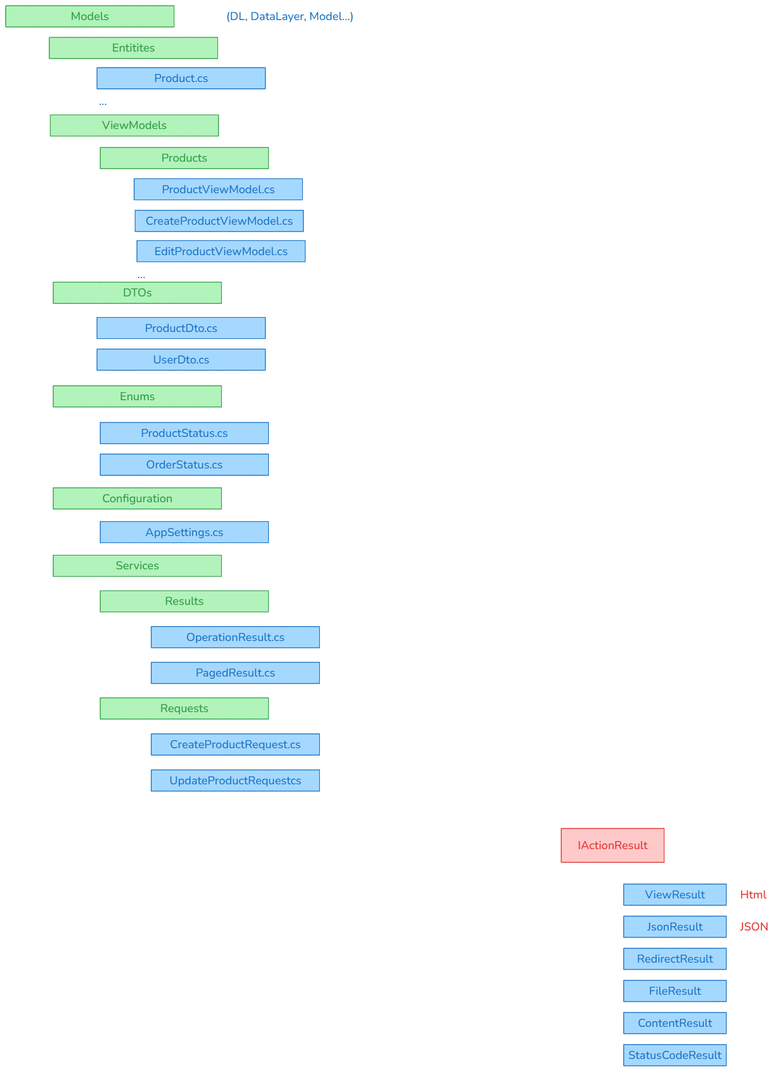
This is 22_mvc/ProductCatalog/NOTES.excalidraw.png from silvercodes/p23_p31_aspnetcore, a Excalidraw export, as it was before one commit. Source tidied: one line per element, renumbered; positions are measured from the earlier drawing's top-left corner, leaving out a move shared by most shapes.
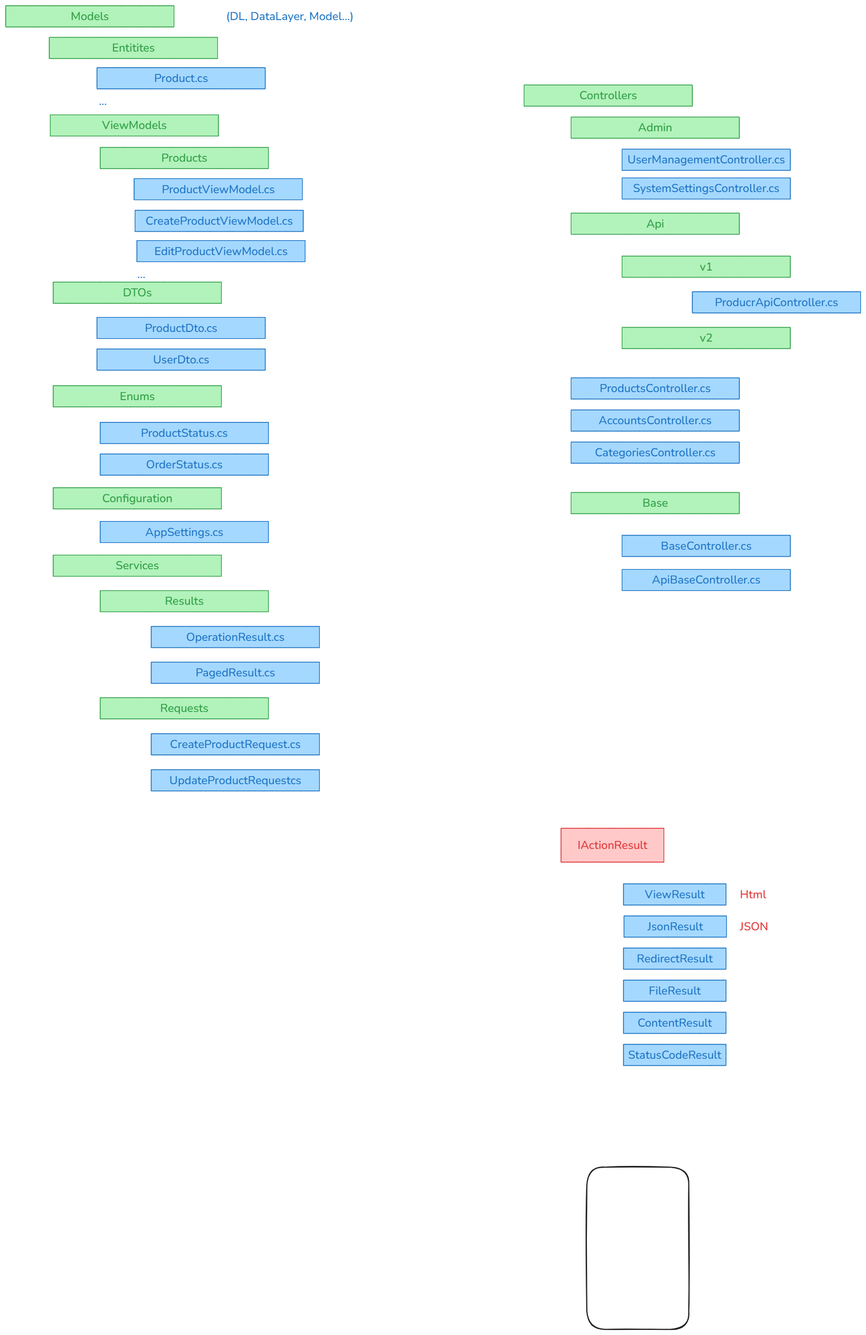
Later version of the same file.

Change to the diagram source:
```diff
@@ -42,8 +42,8 @@
 {"id": 41, "type": "text", "text": "PagedResult.cs", "strokeColor": "#1971c2", "backgroundColor": "#b2f2bb", "fillStyle": "solid", "strokeWidth": 1, "roughness": 1, "fontSize": 20, "fontFamily": 6, "textAlign": "center", "verticalAlign": "middle", "inside": 40, "x": 331, "y": 1150, "width": 138, "height": 27}
 {"id": 42, "type": "rectangle", "strokeColor": "#2f9e44", "backgroundColor": "#b2f2bb", "fillStyle": "solid", "strokeWidth": 1, "roughness": 0, "x": 165, "y": 1207, "width": 294, "height": 37}
 {"id": 43, "type": "text", "text": "Requests", "strokeColor": "#2f9e44", "backgroundColor": "#b2f2bb", "fillStyle": "solid", "strokeWidth": 1, "roughness": 1, "fontSize": 20, "fontFamily": 6, "textAlign": "center", "verticalAlign": "middle", "inside": 42, "x": 270, "y": 1212, "width": 84, "height": 27}
-{"id": 44, "type": "rectangle", "strokeColor": "#1971c2", "backgroundColor": "#a5d8ff", "fillStyle": "solid", "strokeWidth": 1, "roughness": 0, "x": 254, "y": 1270, "width": 294, "height": 37}
-{"id": 45, "type": "text", "text": "CreateProductRequest.cs", "strokeColor": "#1971c2", "backgroundColor": "#b2f2bb", "fillStyle": "solid", "strokeWidth": 1, "roughness": 1, "fontSize": 20, "fontFamily": 6, "textAlign": "center", "verticalAlign": "middle", "inside": 44, "x": 287, "y": 1275, "width": 228, "height": 27}
+{"id": 65, "type": "rectangle", "strokeColor": "#1971c2", "backgroundColor": "#a5d8ff", "fillStyle": "solid", "strokeWidth": 1, "roughness": 0, "x": 254, "y": 1270, "width": 294, "height": 37}
+{"id": 66, "type": "text", "text": "CreateProductRequest.cs", "strokeColor": "#1971c2", "backgroundColor": "#b2f2bb", "fillStyle": "solid", "strokeWidth": 1, "roughness": 1, "fontSize": 20, "fontFamily": 6, "textAlign": "center", "verticalAlign": "middle", "inside": 65, "x": 287, "y": 1275, "width": 228, "height": 27}
 {"id": 46, "type": "rectangle", "strokeColor": "#1971c2", "backgroundColor": "#a5d8ff", "fillStyle": "solid", "strokeWidth": 1, "roughness": 0, "x": 254, "y": 1333, "width": 294, "height": 37}
 {"id": 47, "type": "text", "text": "UpdateProductRequestcs", "strokeColor": "#1971c2", "backgroundColor": "#b2f2bb", "fillStyle": "solid", "strokeWidth": 1, "roughness": 1, "fontSize": 20, "fontFamily": 6, "textAlign": "center", "verticalAlign": "middle", "inside": 46, "x": 286, "y": 1338, "width": 230, "height": 27}
 {"id": 48, "type": "text", "text": "(DL, DataLayer, Model...)", "strokeColor": "#1971c2", "backgroundColor": "#a5d8ff", "fillStyle": "solid", "strokeWidth": 1, "roughness": 0, "fontSize": 20, "fontFamily": 6, "x": 385, "y": 5, "width": 223, "height": 27}
@@ -52,8 +52,8 @@
 {"id": 51, "type": "rectangle", "strokeColor": "#1971c2", "backgroundColor": "#a5d8ff", "fillStyle": "solid", "strokeWidth": 1, "roughness": 0, "x": 1078, "y": 1532, "width": 179, "height": 37}
 {"id": 52, "type": "text", "text": "ViewResult", "strokeColor": "#1971c2", "backgroundColor": "#b2f2bb", "fillStyle": "solid", "strokeWidth": 1, "roughness": 1, "fontSize": 20, "fontFamily": 6, "textAlign": "center", "verticalAlign": "middle", "inside": 51, "x": 1115, "y": 1537, "width": 104, "height": 27}
 {"id": 53, "type": "text", "text": "Html", "strokeColor": "#e03131", "backgroundColor": "#ffc9c9", "fillStyle": "solid", "strokeWidth": 1, "roughness": 0, "fontSize": 20, "fontFamily": 6, "x": 1281, "y": 1537, "width": 46, "height": 27}
-{"id": 54, "type": "rectangle", "strokeColor": "#1971c2", "backgroundColor": "#a5d8ff", "fillStyle": "solid", "strokeWidth": 1, "roughness": 0, "x": 1078, "y": 1588, "width": 179, "height": 37}
+{"id": 54, "type": "rectangle", "strokeColor": "#1971c2", "backgroundColor": "#a5d8ff", "fillStyle": "solid", "strokeWidth": 1, "roughness": 0, "x": 1079, "y": 1588, "width": 179, "height": 37}
-{"id": 55, "type": "text", "text": "JsonResult", "strokeColor": "#1971c2", "backgroundColor": "#b2f2bb", "fillStyle": "solid", "strokeWidth": 1, "roughness": 1, "fontSize": 20, "fontFamily": 6, "textAlign": "center", "verticalAlign": "middle", "inside": 54, "x": 1119, "y": 1593, "width": 97, "height": 27}
+{"id": 55, "type": "text", "text": "JsonResult", "strokeColor": "#1971c2", "backgroundColor": "#b2f2bb", "fillStyle": "solid", "strokeWidth": 1, "roughness": 1, "fontSize": 20, "fontFamily": 6, "textAlign": "center", "verticalAlign": "middle", "inside": 54, "x": 1120, "y": 1593, "width": 97, "height": 27}
 {"id": 56, "type": "text", "text": "JSON", "strokeColor": "#e03131", "backgroundColor": "#ffc9c9", "fillStyle": "solid", "strokeWidth": 1, "roughness": 0, "fontSize": 20, "fontFamily": 6, "x": 1281, "y": 1593, "width": 49, "height": 27}
 {"id": 57, "type": "rectangle", "strokeColor": "#1971c2", "backgroundColor": "#a5d8ff", "fillStyle": "solid", "strokeWidth": 1, "roughness": 0, "x": 1078, "y": 1644, "width": 179, "height": 37}
 {"id": 58, "type": "text", "text": "RedirectResult", "strokeColor": "#1971c2", "backgroundColor": "#b2f2bb", "fillStyle": "solid", "strokeWidth": 1, "roughness": 1, "fontSize": 20, "fontFamily": 6, "textAlign": "center", "verticalAlign": "middle", "inside": 57, "x": 1101, "y": 1649, "width": 133, "height": 27}
@@ -63,3 +63,31 @@
 {"id": 62, "type": "text", "text": "ContentResult", "strokeColor": "#1971c2", "backgroundColor": "#b2f2bb", "fillStyle": "solid", "strokeWidth": 1, "roughness": 1, "fontSize": 20, "fontFamily": 6, "textAlign": "center", "verticalAlign": "middle", "inside": 61, "x": 1102, "y": 1761, "width": 130, "height": 27}
 {"id": 63, "type": "rectangle", "strokeColor": "#1971c2", "backgroundColor": "#a5d8ff", "fillStyle": "solid", "strokeWidth": 1, "roughness": 0, "x": 1078, "y": 1812, "width": 179, "height": 37}
 {"id": 64, "type": "text", "text": "StatusCodeResult", "strokeColor": "#1971c2", "backgroundColor": "#b2f2bb", "fillStyle": "solid", "strokeWidth": 1, "roughness": 1, "fontSize": 20, "fontFamily": 6, "textAlign": "center", "verticalAlign": "middle", "inside": 63, "x": 1086, "y": 1817, "width": 162, "height": 27}
+{"id": 67, "type": "rectangle", "strokeColor": "#2f9e44", "backgroundColor": "#b2f2bb", "fillStyle": "solid", "strokeWidth": 1, "roughness": 0, "x": 904, "y": 138, "width": 294, "height": 37}
+{"id": 68, "type": "text", "text": "Controllers", "strokeColor": "#2f9e44", "backgroundColor": "#b2f2bb", "fillStyle": "solid", "strokeWidth": 1, "roughness": 1, "fontSize": 20, "fontFamily": 6, "textAlign": "center", "verticalAlign": "middle", "inside": 67, "x": 1001, "y": 143, "width": 100, "height": 27}
+{"id": 69, "type": "rectangle", "strokeColor": "#2f9e44", "backgroundColor": "#b2f2bb", "fillStyle": "solid", "strokeWidth": 1, "roughness": 0, "x": 986, "y": 194, "width": 294, "height": 37}
+{"id": 70, "type": "text", "text": "Admin", "strokeColor": "#2f9e44", "backgroundColor": "#b2f2bb", "fillStyle": "solid", "strokeWidth": 1, "roughness": 1, "fontSize": 20, "fontFamily": 6, "textAlign": "center", "verticalAlign": "middle", "inside": 69, "x": 1103, "y": 199, "width": 60, "height": 27}
+{"id": 71, "type": "rectangle", "strokeColor": "#1971c2", "backgroundColor": "#a5d8ff", "fillStyle": "solid", "strokeWidth": 1, "roughness": 0, "x": 1075, "y": 250, "width": 294, "height": 37}
+{"id": 72, "type": "text", "text": "UserManagementController.cs", "strokeColor": "#1971c2", "backgroundColor": "#b2f2bb", "fillStyle": "solid", "strokeWidth": 1, "roughness": 1, "fontSize": 20, "fontFamily": 6, "textAlign": "center", "verticalAlign": "middle", "inside": 71, "x": 1085, "y": 255, "width": 275, "height": 27}
+{"id": 73, "type": "rectangle", "strokeColor": "#1971c2", "backgroundColor": "#a5d8ff", "fillStyle": "solid", "strokeWidth": 1, "roughness": 0, "x": 1075, "y": 300, "width": 294, "height": 37}
+{"id": 74, "type": "text", "text": "SystemSettingsController.cs", "strokeColor": "#1971c2", "backgroundColor": "#b2f2bb", "fillStyle": "solid", "strokeWidth": 1, "roughness": 1, "fontSize": 20, "fontFamily": 6, "textAlign": "center", "verticalAlign": "middle", "inside": 73, "x": 1095, "y": 305, "width": 255, "height": 27}
+{"id": 75, "type": "rectangle", "strokeColor": "#2f9e44", "backgroundColor": "#b2f2bb", "fillStyle": "solid", "strokeWidth": 1, "roughness": 0, "x": 986, "y": 362, "width": 294, "height": 37}
+{"id": 76, "type": "text", "text": "Api", "strokeColor": "#2f9e44", "backgroundColor": "#b2f2bb", "fillStyle": "solid", "strokeWidth": 1, "roughness": 1, "fontSize": 20, "fontFamily": 6, "textAlign": "center", "verticalAlign": "middle", "inside": 75, "x": 1118, "y": 367, "width": 31, "height": 27}
+{"id": 77, "type": "rectangle", "strokeColor": "#2f9e44", "backgroundColor": "#b2f2bb", "fillStyle": "solid", "strokeWidth": 1, "roughness": 0, "x": 1075, "y": 437, "width": 294, "height": 37}
+{"id": 78, "type": "text", "text": "v1", "strokeColor": "#2f9e44", "backgroundColor": "#b2f2bb", "fillStyle": "solid", "strokeWidth": 1, "roughness": 1, "fontSize": 20, "fontFamily": 6, "textAlign": "center", "verticalAlign": "middle", "inside": 77, "x": 1211, "y": 442, "width": 22, "height": 27}
+{"id": 79, "type": "rectangle", "strokeColor": "#2f9e44", "backgroundColor": "#b2f2bb", "fillStyle": "solid", "strokeWidth": 1, "roughness": 0, "x": 1075, "y": 561, "width": 294, "height": 37}
+{"id": 80, "type": "text", "text": "v2", "strokeColor": "#2f9e44", "backgroundColor": "#b2f2bb", "fillStyle": "solid", "strokeWidth": 1, "roughness": 1, "fontSize": 20, "fontFamily": 6, "textAlign": "center", "verticalAlign": "middle", "inside": 79, "x": 1211, "y": 566, "width": 22, "height": 27}
+{"id": 81, "type": "rectangle", "strokeColor": "#1971c2", "backgroundColor": "#a5d8ff", "fillStyle": "solid", "strokeWidth": 1, "roughness": 0, "x": 1198, "y": 499, "width": 294, "height": 37}
+{"id": 82, "type": "text", "text": "ProducrApiController.cs", "strokeColor": "#1971c2", "backgroundColor": "#b2f2bb", "fillStyle": "solid", "strokeWidth": 1, "roughness": 1, "fontSize": 20, "fontFamily": 6, "textAlign": "center", "verticalAlign": "middle", "inside": 81, "x": 1237, "y": 504, "width": 215, "height": 27}
+{"id": 83, "type": "rectangle", "strokeColor": "#1971c2", "backgroundColor": "#a5d8ff", "fillStyle": "solid", "strokeWidth": 1, "roughness": 0, "x": 986, "y": 649, "width": 294, "height": 37}
+{"id": 84, "type": "text", "text": "ProductsController.cs", "strokeColor": "#1971c2", "backgroundColor": "#b2f2bb", "fillStyle": "solid", "strokeWidth": 1, "roughness": 1, "fontSize": 20, "fontFamily": 6, "textAlign": "center", "verticalAlign": "middle", "inside": 83, "x": 1036, "y": 654, "width": 194, "height": 27}
+{"id": 85, "type": "rectangle", "strokeColor": "#1971c2", "backgroundColor": "#a5d8ff", "fillStyle": "solid", "strokeWidth": 1, "roughness": 0, "x": 986, "y": 705, "width": 294, "height": 37}
+{"id": 86, "type": "text", "text": "AccountsController.cs", "strokeColor": "#1971c2", "backgroundColor": "#b2f2bb", "fillStyle": "solid", "strokeWidth": 1, "roughness": 1, "fontSize": 20, "fontFamily": 6, "textAlign": "center", "verticalAlign": "middle", "inside": 85, "x": 1035, "y": 710, "width": 197, "height": 27}
+{"id": 87, "type": "rectangle", "strokeColor": "#1971c2", "backgroundColor": "#a5d8ff", "fillStyle": "solid", "strokeWidth": 1, "roughness": 0, "x": 986, "y": 761, "width": 294, "height": 37}
+{"id": 88, "type": "text", "text": "CategoriesController.cs", "strokeColor": "#1971c2", "backgroundColor": "#b2f2bb", "fillStyle": "solid", "strokeWidth": 1, "roughness": 1, "fontSize": 20, "fontFamily": 6, "textAlign": "center", "verticalAlign": "middle", "inside": 87, "x": 1028, "y": 766, "width": 211, "height": 27}
+{"id": 89, "type": "rectangle", "strokeColor": "#2f9e44", "backgroundColor": "#b2f2bb", "fillStyle": "solid", "strokeWidth": 1, "roughness": 0, "x": 986, "y": 849, "width": 294, "height": 37}
+{"id": 90, "type": "text", "text": "Base", "strokeColor": "#2f9e44", "backgroundColor": "#b2f2bb", "fillStyle": "solid", "strokeWidth": 1, "roughness": 1, "fontSize": 20, "fontFamily": 6, "textAlign": "center", "verticalAlign": "middle", "inside": 89, "x": 1111, "y": 854, "width": 45, "height": 27}
+{"id": 91, "type": "rectangle", "strokeColor": "#1971c2", "backgroundColor": "#a5d8ff", "fillStyle": "solid", "strokeWidth": 1, "roughness": 0, "x": 1075, "y": 924, "width": 294, "height": 37}
+{"id": 92, "type": "text", "text": "BaseController.cs", "strokeColor": "#1971c2", "backgroundColor": "#b2f2bb", "fillStyle": "solid", "strokeWidth": 1, "roughness": 1, "fontSize": 20, "fontFamily": 6, "textAlign": "center", "verticalAlign": "middle", "inside": 91, "x": 1143, "y": 929, "width": 158, "height": 27}
+{"id": 44, "type": "rectangle", "strokeColor": "#1971c2", "backgroundColor": "#a5d8ff", "fillStyle": "solid", "strokeWidth": 1, "roughness": 0, "x": 1075, "y": 983, "width": 294, "height": 37}
+{"id": 45, "type": "text", "text": "ApiBaseController.cs", "strokeColor": "#1971c2", "backgroundColor": "#b2f2bb", "fillStyle": "solid", "strokeWidth": 1, "roughness": 1, "fontSize": 20, "fontFamily": 6, "textAlign": "center", "verticalAlign": "middle", "inside": 44, "x": 1128, "y": 988, "width": 189, "height": 27}
```
